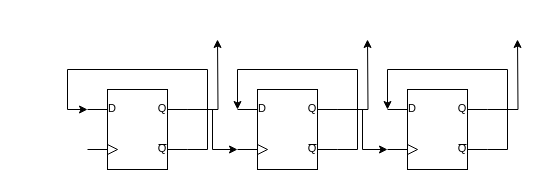
The draw.io diagram page "Page-3" (3 of 4) of SevenSegmentSeq.drawio in abubakar-lgtm/DSD_2023_Abubakar, before the edit. Source tidied: cells renumbered, new cells numbered last; positions are measured from the earlier drawing's top-left corner, leaving out a move shared by most shapes. Both pictures are drawn from the tidied source at 100%, with x=0, y=0 at pixel (67, 39).
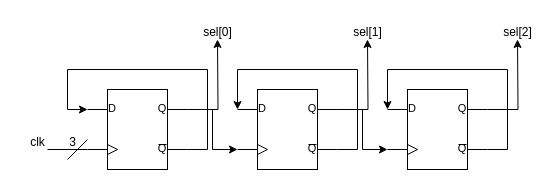
Above is the later version.

Unchanged cells that the change refers to:
```xml
<mxCell id="3" style="verticalLabelPosition=bottom;shadow=0;dashed=0;align=center;html=1;verticalAlign=top;shape=mxgraph.electrical.logic_gates.d_type_flip-flop;" parent="1" vertex="1">
  <mxGeometry x="20" y="50" width="100" height="80" as="geometry" />
</mxCell>
```

Diff of the diagram source:
```diff
@@
+    <mxCell id="13" style="endArrow=none;html=1;rounded=0;" parent="1" edge="1">
+      <mxGeometry relative="1" as="geometry">
+        <mxPoint x="20" y="100" as="sourcePoint" />
+        <mxPoint y="120" as="targetPoint" />
+      </mxGeometry>
+    </mxCell>
+    <mxCell id="14" style="endArrow=none;html=1;rounded=0;entryX=0;entryY=0.75;entryDx=0;entryDy=0;entryPerimeter=0;" parent="1" edge="1" target="3">
+      <mxGeometry relative="1" as="geometry">
+        <mxPoint x="-20" y="110" as="sourcePoint" />
+      </mxGeometry>
+    </mxCell>
+    <mxCell id="15" value="3" style="text;html=1;align=center;verticalAlign=middle;strokeColor=none;fillColor=none;" parent="1" vertex="1">
+      <mxGeometry x="-10" y="88" width="30" height="30" as="geometry" />
+    </mxCell>
+    <mxCell id="16" value="clk" style="text;html=1;align=center;verticalAlign=middle;strokeColor=none;fillColor=none;" parent="1" vertex="1">
+      <mxGeometry x="-50" y="88" width="40" height="30" as="geometry" />
+    </mxCell>
+    <mxCell id="17" value="sel[0]" style="text;html=1;align=center;verticalAlign=middle;strokeColor=none;fillColor=none;" parent="1" vertex="1">
+      <mxGeometry x="125" y="-22" width="50" height="30" as="geometry" />
+    </mxCell>
+    <mxCell id="18" value="sel[1]" style="text;html=1;align=center;verticalAlign=middle;strokeColor=none;fillColor=none;" parent="1" vertex="1">
+      <mxGeometry x="275" y="-22" width="50" height="30" as="geometry" />
+    </mxCell>
+    <mxCell id="19" value="sel[2]" style="text;html=1;align=center;verticalAlign=middle;strokeColor=none;fillColor=none;" parent="1" vertex="1">
+      <mxGeometry x="425" y="-22" width="50" height="30" as="geometry" />
+    </mxCell>
```
